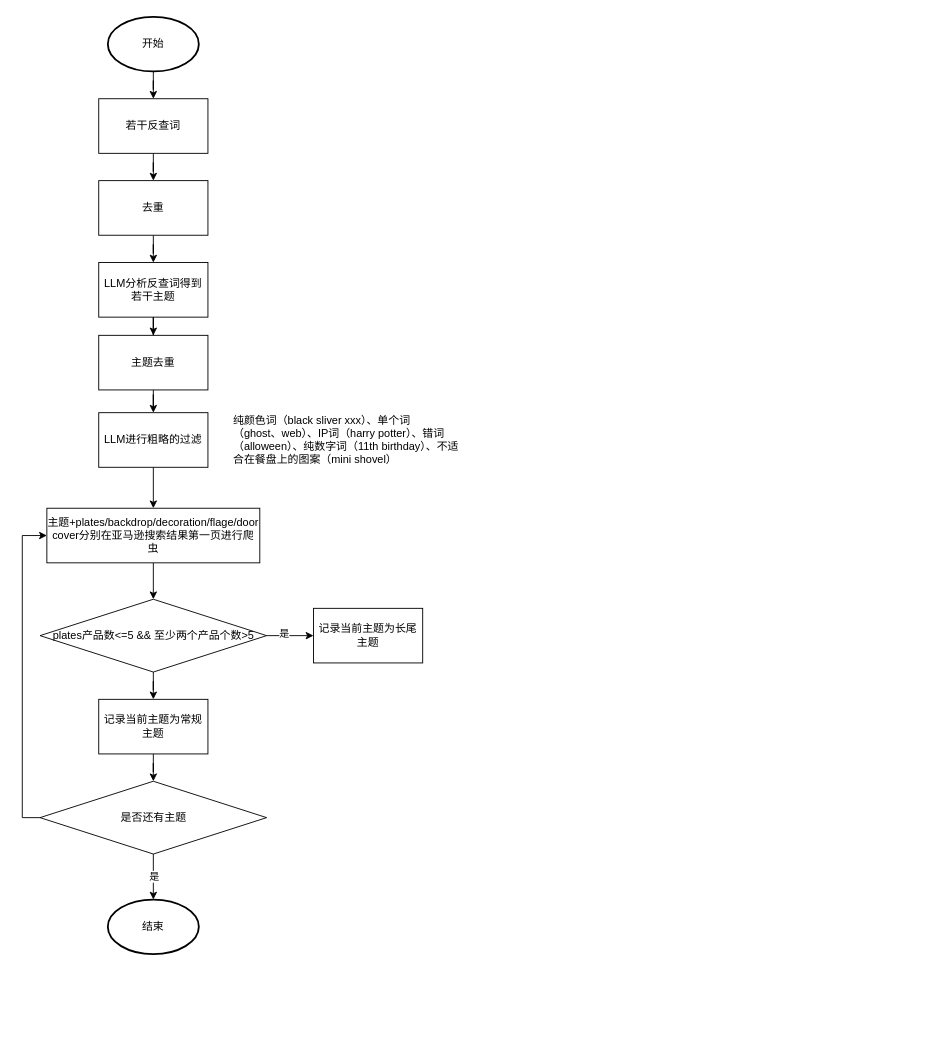
Earlier version of the draw.io diagram 长尾词判断流程.drawio (sinzyh/draw.io). Source tidied: cells renumbered, new cells numbered last; positions are measured from the earlier drawing's top-left corner, leaving out a move shared by most shapes. Both pictures are drawn from the tidied source at 91%, with x=0, y=0 at pixel (22, 16).
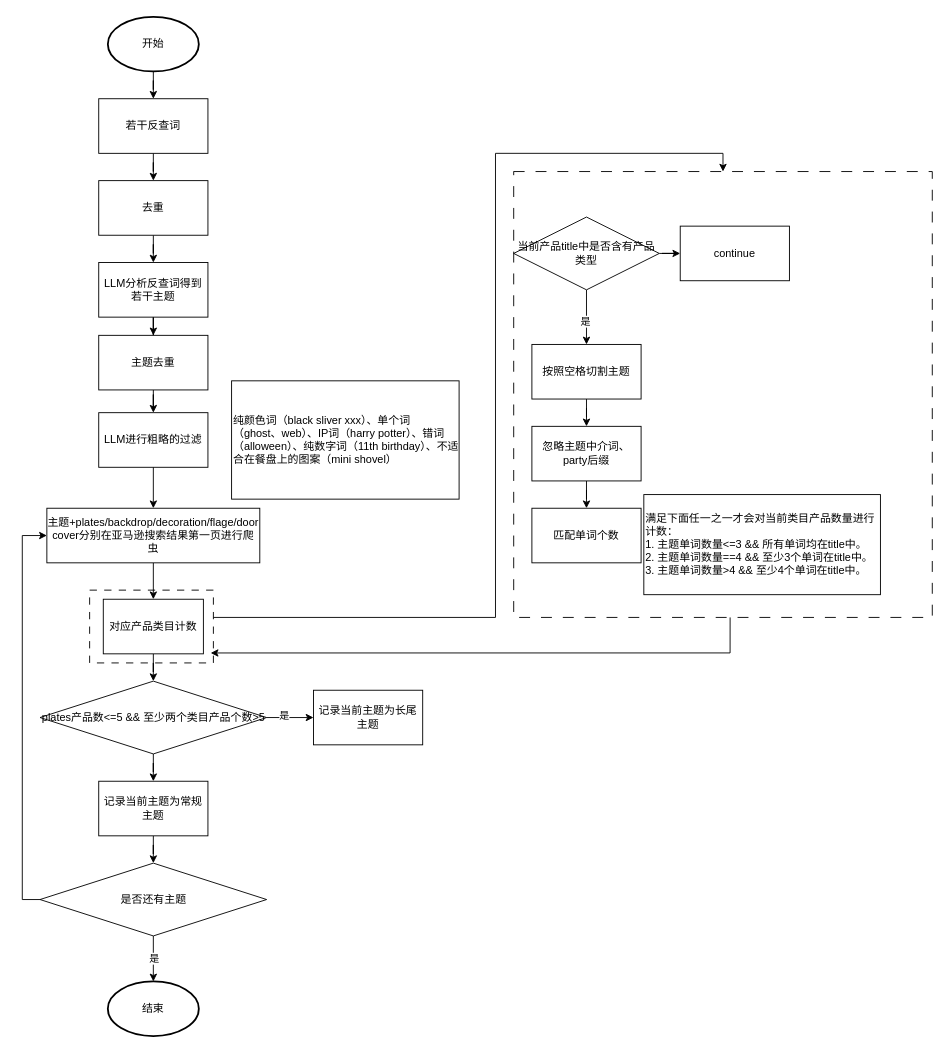
The same page after the edit.

Commit message:
补充长尾词判断流程中计算产品数量.drawio

Unchanged cells that the change refers to:
```xml
<mxCell id="4" style="group;" parent="1" vertex="1">
  <mxGeometry x="84" y="400" width="396" height="130" as="geometry" />
</mxCell>
<mxCell id="14" value="主题+plates/backdrop/decoration/flage/door cover分别在亚马逊搜索结果第一页进行爬虫" style="rounded=0;whiteSpace=wrap;html=1;" parent="1" vertex="1">
  <mxGeometry x="27" y="540" width="234" height="60" as="geometry" />
</mxCell>
```

Change to the diagram source:
```diff
@@
-    <mxCell id="6" value="纯颜色词（black sliver xxx）、单个词（ghost、web）、IP词（harry potter）、错词（alloween）、纯数字词（11th birthday）、不适合在餐盘上的图案（mini shovel）" style="text;html=1;whiteSpace=wrap;strokeColor=none;fillColor=none;align=left;verticalAlign=middle;rounded=0;" parent="4" vertex="1">
+    <mxCell id="6" value="纯颜色词（black sliver xxx）、单个词（ghost、web）、IP词（harry potter）、错词（alloween）、纯数字词（11th birthday）、不适合在餐盘上的图案（mini shovel）" style="text;html=1;whiteSpace=wrap;strokeColor=default;fillColor=none;align=left;verticalAlign=middle;rounded=0;" parent="4" vertex="1">
       <mxGeometry x="146" width="250" height="130" as="geometry" />
     </mxCell>
@@
-    <mxCell id="13" style="edgeStyle=orthogonalEdgeStyle;rounded=0;jettySize=auto;html=1;" parent="1" edge="1" source="14" target="19">
-      <mxGeometry relative="1" as="geometry" />
-    </mxCell>
+    <mxCell id="30" style="edgeStyle=orthogonalEdgeStyle;rounded=0;jettySize=auto;html=1;" parent="1" edge="1" source="14" target="32">
+      <mxGeometry relative="1" as="geometry" />
+    </mxCell>
@@
-    <mxCell id="19" value="plates产品数&amp;lt;=5 &amp;amp;&amp;amp; 至少两个产品个数&amp;gt;5" style="rhombus;whiteSpace=wrap;html=1;rounded=0;" parent="1" vertex="1">
-      <mxGeometry x="19.5" y="640" width="249" height="80" as="geometry" />
+    <mxCell id="19" value="plates产品数&amp;lt;=5 &amp;amp;&amp;amp; 至少两个类目产品个数&amp;gt;5" style="rhombus;whiteSpace=wrap;html=1;rounded=0;" parent="1" vertex="1">
+      <mxGeometry x="19.5" y="730" width="249" height="80" as="geometry" />
     </mxCell>
     <mxCell id="20" value="记录当前主题为长尾主题" style="whiteSpace=wrap;html=1;rounded=0;" parent="1" vertex="1">
-      <mxGeometry x="320" y="650" width="120" height="60" as="geometry" />
+      <mxGeometry x="320" y="740" width="120" height="60" as="geometry" />
     </mxCell>
     <mxCell id="21" style="edgeStyle=orthogonalEdgeStyle;rounded=0;jettySize=auto;html=1;" parent="1" edge="1" source="24">
       <mxGeometry relative="1" as="geometry">
-        <mxPoint x="144" y="970" as="targetPoint" />
+        <mxPoint x="144" y="1060" as="targetPoint" />
       </mxGeometry>
     </mxCell>
@@
-    <mxCell id="23" style="edgeStyle=orthogonalEdgeStyle;rounded=0;jettySize=auto;html=1;entryX=0;entryY=0.5;entryDx=0;entryDy=0;" parent="1" edge="1" source="24" target="14">
+    <mxCell id="23" style="edgeStyle=orthogonalEdgeStyle;rounded=0;jettySize=auto;html=1;entryX=0;entryY=0.5;entryDx=0;entryDy=0;exitX=0;exitY=0.5;exitDx=0;exitDy=0;" parent="1" edge="1" source="24" target="14">
       <mxGeometry relative="1" as="geometry">
         <Array as="points">
-          <mxPoint y="880" />
+          <mxPoint y="970" />
           <mxPoint y="570" />
         </Array>
       </mxGeometry>
     </mxCell>
     <mxCell id="24" value="是否还有主题" style="rhombus;whiteSpace=wrap;html=1;rounded=0;" parent="1" vertex="1">
-      <mxGeometry x="19.5" y="840" width="249" height="80" as="geometry" />
+      <mxGeometry x="19.5" y="930" width="249" height="80" as="geometry" />
     </mxCell>
@@
     <mxCell id="26" value="记录当前主题为常规主题" style="whiteSpace=wrap;html=1;rounded=0;" parent="1" vertex="1">
-      <mxGeometry x="84" y="750" width="120" height="60" as="geometry" />
+      <mxGeometry x="84" y="840" width="120" height="60" as="geometry" />
     </mxCell>
     <mxCell id="27" value="结束" style="strokeWidth=2;html=1;shape=mxgraph.flowchart.start_1;whiteSpace=wrap;" parent="1" vertex="1">
-      <mxGeometry x="94" y="970" width="100" height="60" as="geometry" />
+      <mxGeometry x="94" y="1060" width="100" height="60" as="geometry" />
     </mxCell>
@@
+    <mxCell id="31" style="edgeStyle=orthogonalEdgeStyle;rounded=0;jettySize=auto;html=1;" parent="1" edge="1" source="32" target="19">
+      <mxGeometry relative="1" as="geometry" />
+    </mxCell>
+    <mxCell id="32" value="对应产品类目计数" style="rounded=0;whiteSpace=wrap;html=1;" parent="1" vertex="1">
+      <mxGeometry x="89" y="640" width="110" height="60" as="geometry" />
+    </mxCell>
+    <mxCell id="33" style="whiteSpace=wrap;html=1;fillStyle=auto;dashed=1;dashPattern=8 8;fillColor=none;" parent="1" vertex="1">
+      <mxGeometry x="74" y="630" width="136" height="80" as="geometry" />
+    </mxCell>
+    <mxCell id="34" style="edgeStyle=orthogonalEdgeStyle;rounded=0;jettySize=auto;html=1;entryX=0.5;entryY=0;entryDx=0;entryDy=0;" parent="1" edge="1" source="33" target="48">
+      <mxGeometry relative="1" as="geometry">
+        <Array as="points">
+          <mxPoint x="520" y="660" />
+          <mxPoint x="520" y="150" />
+          <mxPoint x="770" y="150" />
+        </Array>
+      </mxGeometry>
+    </mxCell>
+    <mxCell id="35" style="group;" parent="1" vertex="1">
+      <mxGeometry x="540" y="220" width="430.5" height="450" as="geometry" />
+    </mxCell>
+    <mxCell id="36" style="edgeStyle=orthogonalEdgeStyle;rounded=0;jettySize=auto;html=1;" parent="35" edge="1" source="37" target="45">
+      <mxGeometry relative="1" as="geometry" />
+    </mxCell>
+    <mxCell id="37" value="忽略主题中介词、party后缀" style="whiteSpace=wrap;html=1;" parent="35" vertex="1">
+      <mxGeometry x="20" y="230" width="120" height="60" as="geometry" />
+    </mxCell>
+    <mxCell id="38" style="edgeStyle=orthogonalEdgeStyle;rounded=0;jettySize=auto;html=1;" parent="35" edge="1" source="39" target="37">
+      <mxGeometry relative="1" as="geometry" />
+    </mxCell>
+    <mxCell id="39" value="按照空格切割主题" style="whiteSpace=wrap;html=1;" parent="35" vertex="1">
+      <mxGeometry x="20" y="140" width="120" height="60" as="geometry" />
+    </mxCell>
+    <mxCell id="40" style="edgeStyle=orthogonalEdgeStyle;rounded=0;jettySize=auto;html=1;" parent="35" edge="1" source="43" target="39">
+      <mxGeometry relative="1" as="geometry" />
+    </mxCell>
+    <mxCell id="41" value="是" style="edgeLabel;html=1;align=center;verticalAlign=middle;" parent="40" vertex="1">
+      <mxGeometry x="0.12" y="-2" relative="1" as="geometry" />
+    </mxCell>
+    <mxCell id="42" style="edgeStyle=orthogonalEdgeStyle;rounded=0;jettySize=auto;html=1;" parent="35" edge="1" source="43" target="47">
+      <mxGeometry relative="1" as="geometry" />
+    </mxCell>
+    <mxCell id="43" value="当前产品title中是否含有产品类型" style="rhombus;whiteSpace=wrap;html=1;" parent="35" vertex="1">
+      <mxGeometry width="160" height="80" as="geometry" />
+    </mxCell>
+    <mxCell id="44" style="group;" parent="35" vertex="1">
+      <mxGeometry x="20" y="305" width="383" height="110" as="geometry" />
+    </mxCell>
+    <mxCell id="45" value="匹配单词个数" style="whiteSpace=wrap;html=1;" parent="44" vertex="1">
+      <mxGeometry y="15" width="120" height="60" as="geometry" />
+    </mxCell>
+    <mxCell id="46" value="满足下面任一之一才会对当前类目产品数量进行计数：&lt;div&gt;1. 主题单词数量&amp;lt;=3 &amp;amp;&amp;amp; 所有单词均在title中。&lt;/div&gt;&lt;div&gt;2. 主题单词数量==4 &amp;amp;&amp;amp; 至少3个单词在title中。&lt;/div&gt;&lt;div&gt;3. 主题单词数量&amp;gt;4 &amp;amp;&amp;amp; 至少4个单词在title中。&lt;/div&gt;" style="text;html=1;whiteSpace=wrap;strokeColor=default;fillColor=none;align=left;verticalAlign=middle;rounded=0;" parent="44" vertex="1">
+      <mxGeometry x="123" width="260" height="110" as="geometry" />
+    </mxCell>
+    <mxCell id="47" value="continue" style="whiteSpace=wrap;html=1;" parent="35" vertex="1">
+      <mxGeometry x="183" y="10" width="120" height="60" as="geometry" />
+    </mxCell>
+    <mxCell id="48" style="whiteSpace=wrap;html=1;fillColor=none;dashed=1;dashPattern=12 12;" parent="35" vertex="1">
+      <mxGeometry y="-50" width="460" height="490" as="geometry" />
+    </mxCell>
+    <mxCell id="49" style="edgeStyle=orthogonalEdgeStyle;rounded=0;jettySize=auto;html=1;entryX=0.978;entryY=0.863;entryDx=0;entryDy=0;entryPerimeter=0;exitX=0.517;exitY=1;exitDx=0;exitDy=0;exitPerimeter=0;" parent="1" edge="1" source="48" target="33">
+      <mxGeometry relative="1" as="geometry">
+        <Array as="points">
+          <mxPoint x="778" y="699" />
+        </Array>
+      </mxGeometry>
+    </mxCell>
```
